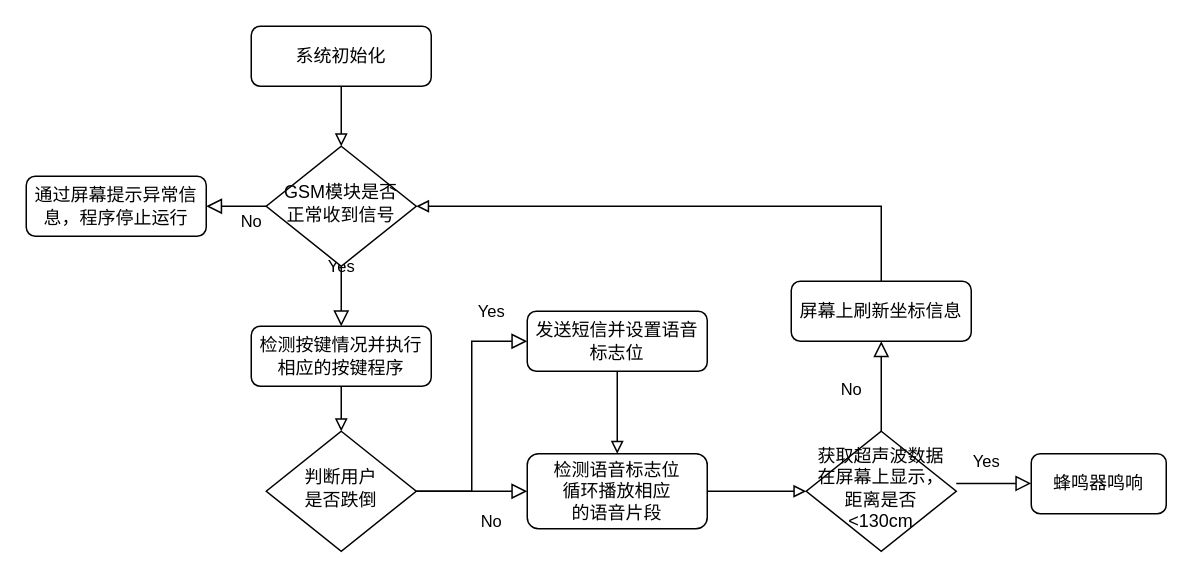
Above: 程序流程图.drawio in daftpumpkin/IoT.io (draw.io), before the change. Source tidied: cells renumbered, new cells numbered last; positions are measured from the earlier drawing's top-left corner, leaving out a move shared by most shapes. Both pictures are drawn from the tidied source at 150%, with x=0, y=0 at pixel (26, 26).
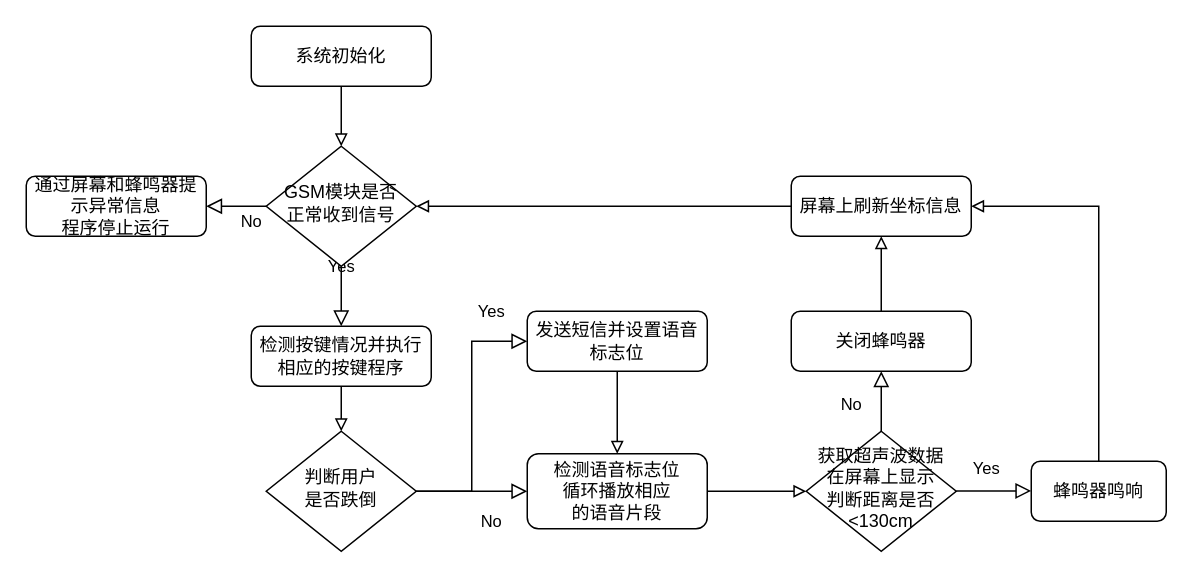
Above is the later version.

Commit message:
更新程序流程图.drawio

The change refers to these unchanged cells:
```xml
<mxCell id="6" value="&lt;font face=&quot;宋体&quot;&gt;GSM模块是否&lt;br&gt;正常收到信号&lt;/font&gt;" style="rhombus;whiteSpace=wrap;html=1;shadow=0;fontFamily=Helvetica;fontSize=12;align=center;strokeWidth=1;spacing=6;spacingTop=-4;" parent="1" vertex="1">
  <mxGeometry x="160" y="80" width="100" height="80" as="geometry" />
</mxCell>
```

The edit, as a diff of the source:
```diff
@@
-    <mxCell id="7" value="&lt;font face=&quot;宋体&quot;&gt;通过屏幕提示异常信息，程序停止运行&lt;/font&gt;" style="rounded=1;whiteSpace=wrap;html=1;fontSize=12;glass=0;strokeWidth=1;shadow=0;" parent="1" vertex="1">
+    <mxCell id="7" value="&lt;font face=&quot;宋体&quot;&gt;通过屏幕和蜂鸣器提示异常信息&lt;br&gt;程序停止运行&lt;/font&gt;" style="rounded=1;whiteSpace=wrap;html=1;fontSize=12;glass=0;strokeWidth=1;shadow=0;" parent="1" vertex="1">
       <mxGeometry y="100" width="120" height="40" as="geometry" />
     </mxCell>
@@
-    <mxCell id="16" value="&lt;span style=&quot;font-family: 宋体;&quot;&gt;获取超声波数据在屏幕上显示，距离是否&amp;lt;130cm&lt;/span&gt;" style="rhombus;whiteSpace=wrap;html=1;shadow=0;fontFamily=Helvetica;fontSize=12;align=center;strokeWidth=1;spacing=6;spacingTop=-4;" parent="1" vertex="1">
+    <mxCell id="16" value="&lt;span style=&quot;font-family: 宋体;&quot;&gt;获取超声波数据在屏幕上显示&lt;br&gt;判断距离是否&amp;lt;130cm&lt;/span&gt;" style="rhombus;whiteSpace=wrap;html=1;shadow=0;fontFamily=Helvetica;fontSize=12;align=center;strokeWidth=1;spacing=6;spacingTop=-4;" parent="1" vertex="1">
       <mxGeometry x="520" y="270" width="100" height="80" as="geometry" />
     </mxCell>
     <mxCell id="17" value="Yes" style="edgeStyle=orthogonalEdgeStyle;rounded=0;html=1;jettySize=auto;orthogonalLoop=1;fontSize=11;endArrow=block;endFill=0;endSize=8;strokeWidth=1;shadow=0;labelBackgroundColor=none;" parent="1" edge="1">
       <mxGeometry x="-0.2" y="15" relative="1" as="geometry">
-        <mxPoint x="620" y="304.8" as="sourcePoint" />
-        <mxPoint x="670" y="304.8" as="targetPoint" />
+        <mxPoint x="620" y="309.8" as="sourcePoint" />
+        <mxPoint x="670" y="309.8" as="targetPoint" />
         <Array as="points">
-          <mxPoint x="640" y="304.8" />
-          <mxPoint x="640" y="304.8" />
+          <mxPoint x="640" y="309.8" />
+          <mxPoint x="640" y="309.8" />
         </Array>
       </mxGeometry>
     </mxCell>
+    <mxCell id="23" style="edgeStyle=orthogonalEdgeStyle;rounded=0;jettySize=auto;html=1;endArrow=block;endFill=0;entryX=1;entryY=0.5;entryDx=0;entryDy=0;" parent="1" edge="1" source="18" target="26">
+      <mxGeometry relative="1" as="geometry">
+        <Array as="points">
+          <mxPoint x="715" y="120" />
+        </Array>
+      </mxGeometry>
+    </mxCell>
     <mxCell id="18" value="&lt;font face=&quot;宋体&quot;&gt;蜂鸣器鸣响&lt;/font&gt;" style="rounded=1;whiteSpace=wrap;html=1;fontSize=12;glass=0;strokeWidth=1;shadow=0;" parent="1" vertex="1">
-      <mxGeometry x="670" y="285" width="90" height="40" as="geometry" />
+      <mxGeometry x="670" y="290" width="90" height="40" as="geometry" />
     </mxCell>
-    <mxCell id="19" style="edgeStyle=orthogonalEdgeStyle;rounded=0;jettySize=auto;html=1;endArrow=block;endFill=0;entryX=1;entryY=0.5;entryDx=0;entryDy=0;" parent="1" edge="1" source="20" target="6">
-      <mxGeometry relative="1" as="geometry">
-        <Array as="points">
-          <mxPoint x="570" y="120" />
-        </Array>
-      </mxGeometry>
-    </mxCell>
+    <mxCell id="24" style="edgeStyle=orthogonalEdgeStyle;rounded=0;jettySize=auto;html=1;endArrow=block;endFill=0;" parent="1" edge="1" source="20" target="26">
+      <mxGeometry relative="1" as="geometry" />
+    </mxCell>
-    <mxCell id="20" value="&lt;font face=&quot;宋体&quot;&gt;屏幕上刷新坐标信息&lt;/font&gt;" style="rounded=1;whiteSpace=wrap;html=1;fontSize=12;glass=0;strokeWidth=1;shadow=0;" parent="1" vertex="1">
-      <mxGeometry x="510" y="170" width="120" height="40" as="geometry" />
+    <mxCell id="20" value="&lt;font face=&quot;宋体&quot;&gt;关闭蜂鸣器&lt;/font&gt;" style="rounded=1;whiteSpace=wrap;html=1;fontSize=12;glass=0;strokeWidth=1;shadow=0;" parent="1" vertex="1">
+      <mxGeometry x="510" y="190" width="120" height="40" as="geometry" />
     </mxCell>
@@
     <mxCell id="22" value="No" style="edgeStyle=orthogonalEdgeStyle;rounded=0;html=1;jettySize=auto;fontSize=11;endArrow=block;endFill=0;endSize=8;strokeWidth=1;shadow=0;labelBackgroundColor=none;exitX=0.5;exitY=0;exitDx=0;exitDy=0;" parent="1" edge="1" source="16">
       <mxGeometry x="-0.09" y="20" relative="1" as="geometry">
-        <mxPoint x="570" y="210" as="targetPoint" />
+        <mxPoint x="570" y="230" as="targetPoint" />
       </mxGeometry>
     </mxCell>
+    <mxCell id="25" style="edgeStyle=orthogonalEdgeStyle;rounded=0;jettySize=auto;html=1;endArrow=block;endFill=0;entryX=1;entryY=0.5;entryDx=0;entryDy=0;" parent="1" edge="1" source="26" target="6">
+      <mxGeometry relative="1" as="geometry" />
+    </mxCell>
+    <mxCell id="26" value="&lt;font face=&quot;宋体&quot;&gt;屏幕上刷新坐标信息&lt;/font&gt;" style="rounded=1;whiteSpace=wrap;html=1;fontSize=12;glass=0;strokeWidth=1;shadow=0;" parent="1" vertex="1">
+      <mxGeometry x="510" y="100" width="120" height="40" as="geometry" />
+    </mxCell>
```
